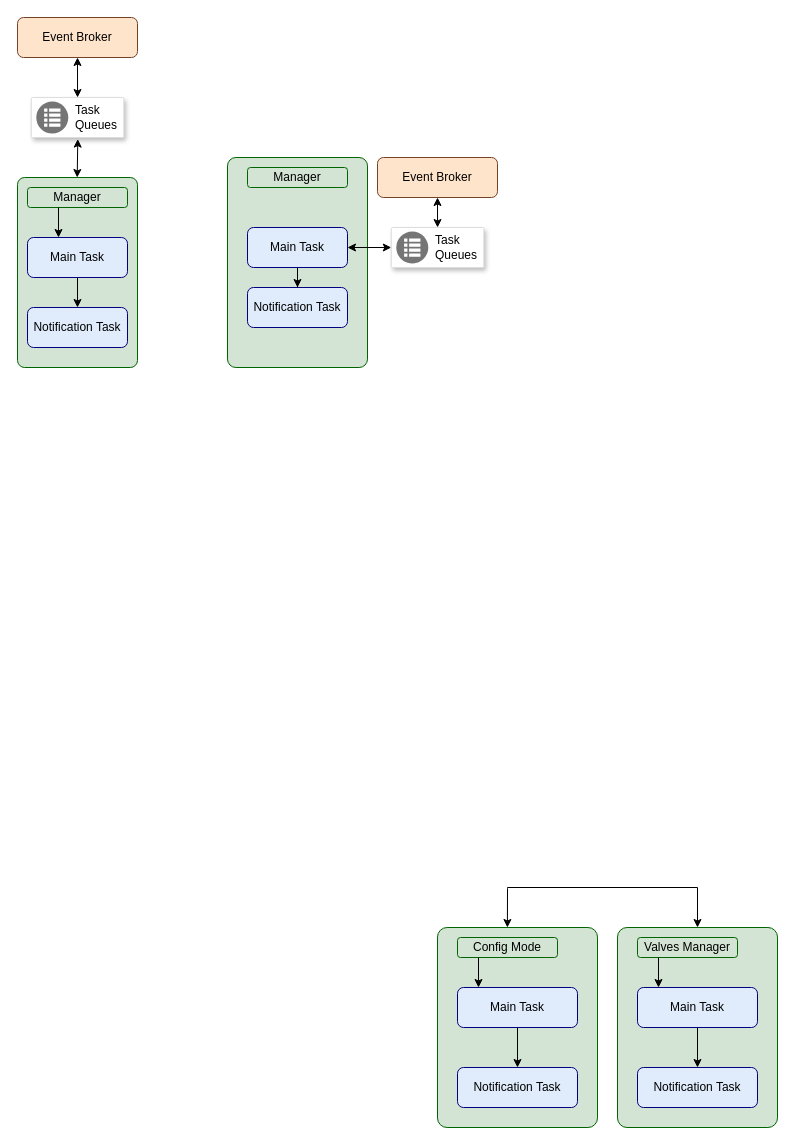
Earlier version of the draw.io diagram Fluxogramas/Arquitetura_taks.drawio (GABRIELLUIZMARTINS/DrawIO). Source tidied: cells renumbered, new cells numbered last; positions are measured from the earlier drawing's top-left corner, leaving out a move shared by most shapes. Both pictures are drawn from the tidied source at 100%, with x=0, y=0 at pixel (17, 17).
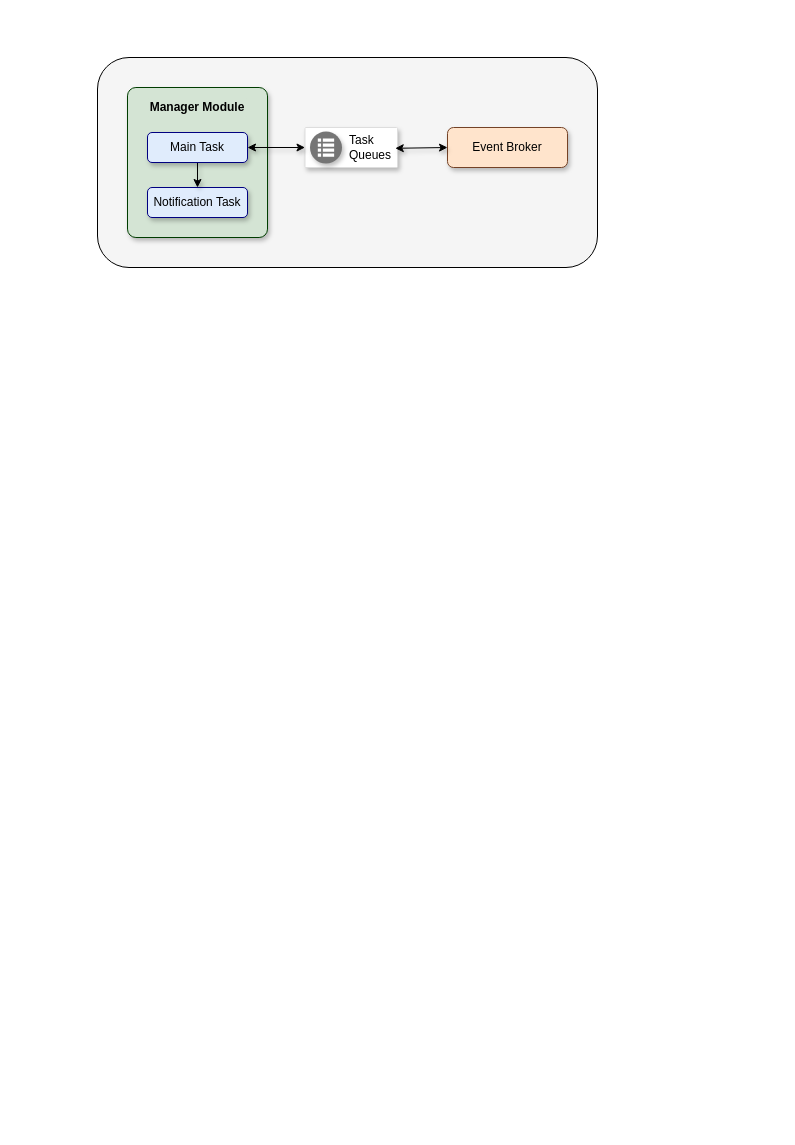
Above is the later version.

The edit, as a diff of the source:
```diff
@@
-    <mxCell id="2" style="rounded=1;whiteSpace=wrap;html=1;fontSize=12;glass=0;strokeWidth=1;shadow=0;fillColor=#d4e4d4;strokeColor=#006400;align=center;arcSize=6;" parent="1" vertex="1">
-      <mxGeometry y="160" width="120" height="190" as="geometry" />
-    </mxCell>
-    <mxCell id="3" value="Event Broker" style="rounded=1;whiteSpace=wrap;html=1;fontSize=12;glass=0;strokeWidth=1;shadow=0;fillColor=#ffe4cc;strokeColor=#744226;arcSize=15;" parent="1" vertex="1">
-      <mxGeometry width="120" height="40" as="geometry" />
-    </mxCell>
-    <mxCell id="4" style="strokeColor=#dddddd;shadow=1;strokeWidth=1;rounded=1;absoluteArcSize=1;arcSize=2;" parent="1" vertex="1">
-      <mxGeometry x="13.8" y="80" width="92.5" height="40" as="geometry" />
-    </mxCell>
-    <mxCell id="5" value="Task&#10;Queues" style="sketch=0;dashed=0;html=1;fillColor=#757575;strokeColor=none;shape=mxgraph.gcp2.task_queues;labelPosition=right;verticalLabelPosition=middle;align=left;verticalAlign=middle;spacingLeft=5;fontSize=12;" parent="4" vertex="1">
-      <mxGeometry y="0.5" width="32" height="32" relative="1" as="geometry">
-        <mxPoint x="5" y="-16" as="offset" />
-      </mxGeometry>
-    </mxCell>
-    <mxCell id="6" value="Manager" style="rounded=1;whiteSpace=wrap;html=1;fontSize=12;glass=0;strokeWidth=1;shadow=0;fillColor=#d4e4d4;strokeColor=#006400;" parent="1" vertex="1">
-      <mxGeometry x="10" y="170" width="100" height="20" as="geometry" />
-    </mxCell>
-    <mxCell id="7" value="Notification Task" style="rounded=1;whiteSpace=wrap;html=1;fontSize=12;glass=0;strokeWidth=1;shadow=0;fillColor=#e0ecfc;strokeColor=#000080;arcSize=15;" parent="1" vertex="1">
-      <mxGeometry x="10" y="290" width="100" height="40" as="geometry" />
-    </mxCell>
-    <mxCell id="8" style="edgeStyle=orthogonalEdgeStyle;rounded=0;jettySize=auto;html=1;" parent="1" edge="1" source="9" target="7">
-      <mxGeometry relative="1" as="geometry" />
-    </mxCell>
-    <mxCell id="9" value="Main Task" style="rounded=1;whiteSpace=wrap;html=1;fontSize=12;glass=0;strokeWidth=1;shadow=0;fillColor=#e0ecfc;strokeColor=#000080;arcSize=15;" parent="1" vertex="1">
-      <mxGeometry x="10" y="220" width="100" height="40" as="geometry" />
-    </mxCell>
-    <mxCell id="10" style="endArrow=classic;html=1;rounded=0;" parent="1" edge="1">
-      <mxGeometry relative="1" as="geometry">
-        <mxPoint x="41" y="190" as="sourcePoint" />
-        <mxPoint x="41" y="220" as="targetPoint" />
-      </mxGeometry>
-    </mxCell>
-    <mxCell id="11" style="edgeStyle=orthogonalEdgeStyle;rounded=0;orthogonalLoop=1;jettySize=auto;html=1;" parent="1" edge="1">
-      <mxGeometry relative="1" as="geometry">
-        <mxPoint x="490" y="870" as="sourcePoint" />
-        <mxPoint x="489.9" y="910" as="targetPoint" />
-        <Array as="points">
-          <mxPoint x="490" y="871" />
-        </Array>
-      </mxGeometry>
-    </mxCell>
-    <mxCell id="12" style="edgeStyle=orthogonalEdgeStyle;rounded=0;jettySize=auto;html=1;entryX=0.5;entryY=0;entryDx=0;entryDy=0;" parent="1" edge="1" target="19">
-      <mxGeometry relative="1" as="geometry">
-        <mxPoint x="490" y="870" as="sourcePoint" />
-        <Array as="points">
-          <mxPoint x="680" y="870" />
-        </Array>
-      </mxGeometry>
-    </mxCell>
-    <mxCell id="13" style="rounded=1;whiteSpace=wrap;html=1;fontSize=12;glass=0;strokeWidth=1;shadow=0;fillColor=#d4e4d4;strokeColor=#006400;align=center;arcSize=6;" parent="1" vertex="1">
-      <mxGeometry x="420" y="910" width="160" height="200" as="geometry" />
-    </mxCell>
-    <mxCell id="14" value="Config Mode" style="rounded=1;whiteSpace=wrap;html=1;fontSize=12;glass=0;strokeWidth=1;shadow=0;fillColor=#d4e4d4;strokeColor=#006400;" parent="1" vertex="1">
-      <mxGeometry x="440" y="920" width="100" height="20" as="geometry" />
-    </mxCell>
-    <mxCell id="15" value="Notification Task" style="rounded=1;whiteSpace=wrap;html=1;fontSize=12;glass=0;strokeWidth=1;shadow=0;fillColor=#e0ecfc;strokeColor=#000080;arcSize=15;" parent="1" vertex="1">
-      <mxGeometry x="440" y="1050" width="120" height="40" as="geometry" />
-    </mxCell>
-    <mxCell id="16" style="edgeStyle=orthogonalEdgeStyle;rounded=0;jettySize=auto;html=1;" parent="1" edge="1" source="17" target="15">
-      <mxGeometry relative="1" as="geometry" />
-    </mxCell>
-    <mxCell id="17" value="Main Task" style="rounded=1;whiteSpace=wrap;html=1;fontSize=12;glass=0;strokeWidth=1;shadow=0;fillColor=#e0ecfc;strokeColor=#000080;arcSize=15;" parent="1" vertex="1">
-      <mxGeometry x="440" y="970" width="120" height="40" as="geometry" />
-    </mxCell>
-    <mxCell id="18" style="endArrow=classic;html=1;rounded=0;" parent="1" edge="1">
-      <mxGeometry relative="1" as="geometry">
-        <mxPoint x="461" y="940" as="sourcePoint" />
-        <mxPoint x="461" y="970" as="targetPoint" />
-      </mxGeometry>
-    </mxCell>
-    <mxCell id="19" style="rounded=1;whiteSpace=wrap;html=1;fontSize=12;glass=0;strokeWidth=1;shadow=0;fillColor=#d4e4d4;strokeColor=#006400;align=center;arcSize=6;" parent="1" vertex="1">
-      <mxGeometry x="600" y="910" width="160" height="200" as="geometry" />
-    </mxCell>
-    <mxCell id="20" value="Valves Manager" style="rounded=1;whiteSpace=wrap;html=1;fontSize=12;glass=0;strokeWidth=1;shadow=0;fillColor=#d4e4d4;strokeColor=#006400;" parent="1" vertex="1">
-      <mxGeometry x="620" y="920" width="100" height="20" as="geometry" />
-    </mxCell>
-    <mxCell id="21" value="Notification Task" style="rounded=1;whiteSpace=wrap;html=1;fontSize=12;glass=0;strokeWidth=1;shadow=0;fillColor=#e0ecfc;strokeColor=#000080;arcSize=15;" parent="1" vertex="1">
-      <mxGeometry x="620" y="1050" width="120" height="40" as="geometry" />
-    </mxCell>
-    <mxCell id="22" style="edgeStyle=orthogonalEdgeStyle;rounded=0;jettySize=auto;html=1;" parent="1" edge="1" source="23" target="21">
-      <mxGeometry relative="1" as="geometry" />
-    </mxCell>
-    <mxCell id="23" value="Main Task" style="rounded=1;whiteSpace=wrap;html=1;fontSize=12;glass=0;strokeWidth=1;shadow=0;fillColor=#e0ecfc;strokeColor=#000080;arcSize=15;" parent="1" vertex="1">
-      <mxGeometry x="620" y="970" width="120" height="40" as="geometry" />
-    </mxCell>
-    <mxCell id="24" style="endArrow=classic;html=1;rounded=0;" parent="1" edge="1">
-      <mxGeometry relative="1" as="geometry">
-        <mxPoint x="641" y="940" as="sourcePoint" />
-        <mxPoint x="641" y="970" as="targetPoint" />
-      </mxGeometry>
-    </mxCell>
-    <mxCell id="25" style="endArrow=classic;startArrow=classic;html=1;rounded=0;entryX=0.5;entryY=1;entryDx=0;entryDy=0;exitX=0.5;exitY=0;exitDx=0;exitDy=0;" parent="1" edge="1" source="4" target="3">
-      <mxGeometry relative="1" as="geometry" />
-    </mxCell>
-    <mxCell id="26" style="endArrow=classic;startArrow=classic;html=1;rounded=0;exitX=0.25;exitY=0;exitDx=0;exitDy=0;entryX=0.29;entryY=1.039;entryDx=0;entryDy=0;entryPerimeter=0;" parent="1" edge="1">
-      <mxGeometry relative="1" as="geometry">
-        <mxPoint x="59.7" y="160" as="sourcePoint" />
-        <mxPoint x="60.3" y="121.6" as="targetPoint" />
-      </mxGeometry>
-    </mxCell>
-    <mxCell id="27" style="rounded=1;whiteSpace=wrap;html=1;fontSize=12;glass=0;strokeWidth=1;shadow=0;fillColor=#d4e4d4;strokeColor=#006400;align=center;arcSize=6;" parent="1" vertex="1">
-      <mxGeometry x="210" y="140" width="140" height="210" as="geometry" />
-    </mxCell>
-    <mxCell id="28" value="Event Broker" style="rounded=1;whiteSpace=wrap;html=1;fontSize=12;glass=0;strokeWidth=1;shadow=0;fillColor=#ffe4cc;strokeColor=#744226;arcSize=15;" parent="1" vertex="1">
-      <mxGeometry x="360" y="140" width="120" height="40" as="geometry" />
-    </mxCell>
-    <mxCell id="29" style="strokeColor=#dddddd;shadow=1;strokeWidth=1;rounded=1;absoluteArcSize=1;arcSize=2;" parent="1" vertex="1">
-      <mxGeometry x="373.8" y="210" width="92.5" height="40" as="geometry" />
-    </mxCell>
-    <mxCell id="30" value="Task&#10;Queues" style="sketch=0;dashed=0;html=1;fillColor=#757575;strokeColor=none;shape=mxgraph.gcp2.task_queues;labelPosition=right;verticalLabelPosition=middle;align=left;verticalAlign=middle;spacingLeft=5;fontSize=12;" parent="29" vertex="1">
-      <mxGeometry y="0.5" width="32" height="32" relative="1" as="geometry">
-        <mxPoint x="5" y="-16" as="offset" />
-      </mxGeometry>
-    </mxCell>
-    <mxCell id="31" value="Manager" style="rounded=1;whiteSpace=wrap;html=1;fontSize=12;glass=0;strokeWidth=1;shadow=0;fillColor=#d4e4d4;strokeColor=#006400;" parent="1" vertex="1">
-      <mxGeometry x="230" y="150" width="100" height="20" as="geometry" />
-    </mxCell>
-    <mxCell id="32" value="Notification Task" style="rounded=1;whiteSpace=wrap;html=1;fontSize=12;glass=0;strokeWidth=1;shadow=0;fillColor=#e0ecfc;strokeColor=#000080;arcSize=15;" parent="1" vertex="1">
-      <mxGeometry x="230" y="270" width="100" height="40" as="geometry" />
-    </mxCell>
-    <mxCell id="33" style="edgeStyle=orthogonalEdgeStyle;rounded=0;jettySize=auto;html=1;" parent="1" edge="1" source="34" target="32">
-      <mxGeometry relative="1" as="geometry" />
-    </mxCell>
-    <mxCell id="34" value="Main Task" style="rounded=1;whiteSpace=wrap;html=1;fontSize=12;glass=0;strokeWidth=1;shadow=0;fillColor=#e0ecfc;strokeColor=#000080;arcSize=15;" parent="1" vertex="1">
-      <mxGeometry x="230" y="210" width="100" height="40" as="geometry" />
-    </mxCell>
-    <mxCell id="35" style="endArrow=classic;startArrow=classic;html=1;rounded=0;entryX=0.5;entryY=1;entryDx=0;entryDy=0;exitX=0.5;exitY=0;exitDx=0;exitDy=0;" parent="1" edge="1" source="29" target="28">
-      <mxGeometry relative="1" as="geometry" />
-    </mxCell>
-    <mxCell id="36" style="endArrow=classic;startArrow=classic;html=1;rounded=0;entryX=0;entryY=0.5;entryDx=0;entryDy=0;" parent="1" edge="1" source="34" target="29">
-      <mxGeometry relative="1" as="geometry" />
-    </mxCell>
+    <mxCell id="37" style="rounded=1;whiteSpace=wrap;html=1;strokeColor=#000000;fillColor=#f5f5f5;" parent="1" vertex="1">
+      <mxGeometry x="80" y="40" width="500" height="210" as="geometry" />
+    </mxCell>
+    <mxCell id="38" style="rounded=1;whiteSpace=wrap;html=1;fontSize=12;glass=0;strokeWidth=1;shadow=1;fillColor=#d4e4d4;strokeColor=#003D00;align=center;arcSize=6;" parent="1" vertex="1">
+      <mxGeometry x="110" y="70" width="140" height="150" as="geometry" />
+    </mxCell>
+    <mxCell id="39" value="Event Broker" style="rounded=1;whiteSpace=wrap;html=1;fontSize=12;glass=0;strokeWidth=1;shadow=1;fillColor=#ffe4cc;strokeColor=#744226;arcSize=15;gradientColor=none;gradientDirection=north;" parent="1" vertex="1">
+      <mxGeometry x="430" y="110" width="120" height="40" as="geometry" />
+    </mxCell>
+    <mxCell id="40" style="strokeColor=#dddddd;shadow=1;strokeWidth=1;rounded=1;absoluteArcSize=1;arcSize=2;" parent="1" vertex="1">
+      <mxGeometry x="287.5" y="110" width="92.5" height="40" as="geometry" />
+    </mxCell>
+    <mxCell id="41" value="Task&#10;Queues" style="sketch=0;dashed=0;html=1;fillColor=#757575;strokeColor=none;shape=mxgraph.gcp2.task_queues;labelPosition=right;verticalLabelPosition=middle;align=left;verticalAlign=middle;spacingLeft=5;fontSize=12;shadow=1;" parent="40" vertex="1">
+      <mxGeometry y="0.5" width="32" height="32" relative="1" as="geometry">
+        <mxPoint x="5" y="-16" as="offset" />
+      </mxGeometry>
+    </mxCell>
+    <mxCell id="42" value="&lt;span style=&quot;background-color: initial;&quot;&gt;&lt;b&gt;Manager Module&lt;/b&gt;&lt;/span&gt;" style="rounded=1;whiteSpace=wrap;html=1;fontSize=12;glass=0;strokeWidth=1;shadow=0;fillColor=#D4E4D4;strokeColor=#D4E4D4;" parent="1" vertex="1">
+      <mxGeometry x="130" y="80" width="100" height="20" as="geometry" />
+    </mxCell>
+    <mxCell id="43" value="Notification Task" style="rounded=1;whiteSpace=wrap;html=1;fontSize=12;glass=0;strokeWidth=1;shadow=1;fillColor=#e0ecfc;strokeColor=#000080;arcSize=15;" parent="1" vertex="1">
+      <mxGeometry x="130" y="170" width="100" height="30" as="geometry" />
+    </mxCell>
+    <mxCell id="44" style="edgeStyle=orthogonalEdgeStyle;rounded=0;jettySize=auto;html=1;shadow=1;" parent="1" edge="1" source="45" target="43">
+      <mxGeometry relative="1" as="geometry" />
+    </mxCell>
+    <mxCell id="45" value="Main Task" style="rounded=1;whiteSpace=wrap;html=1;fontSize=12;glass=0;strokeWidth=1;shadow=1;fillColor=#e0ecfc;strokeColor=#000080;arcSize=15;" parent="1" vertex="1">
+      <mxGeometry x="130" y="115" width="100" height="30" as="geometry" />
+    </mxCell>
+    <mxCell id="46" style="endArrow=classic;startArrow=classic;html=1;rounded=0;exitX=0.976;exitY=0.52;exitDx=0;exitDy=0;exitPerimeter=0;entryX=0;entryY=0.5;entryDx=0;entryDy=0;shadow=1;" parent="1" edge="1" source="40" target="39">
+      <mxGeometry relative="1" as="geometry" />
+    </mxCell>
+    <mxCell id="47" style="endArrow=classic;startArrow=classic;html=1;rounded=0;entryX=0;entryY=0.5;entryDx=0;entryDy=0;shadow=1;" parent="1" edge="1" source="45" target="40">
+      <mxGeometry relative="1" as="geometry" />
+    </mxCell>
```
